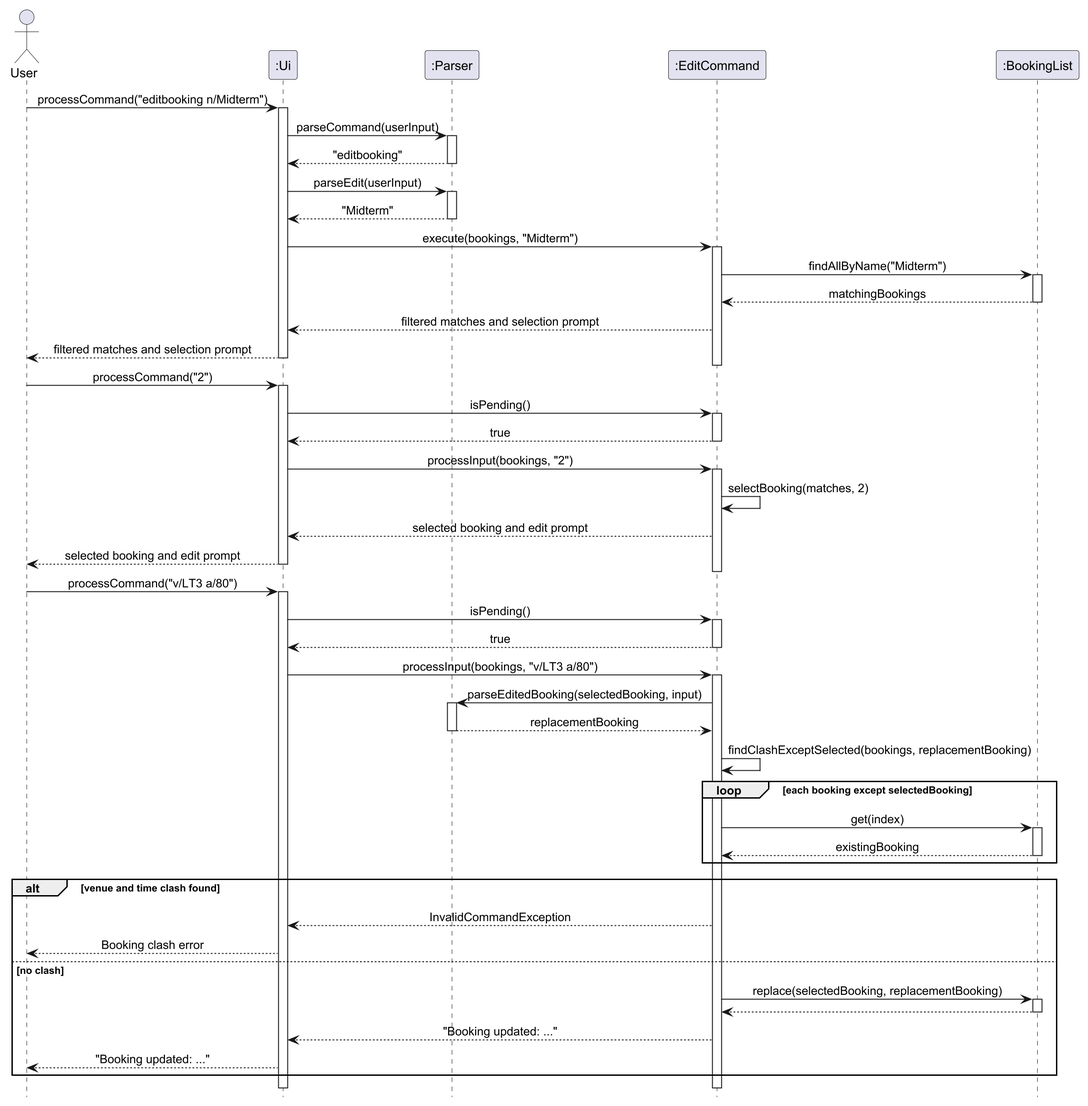
This is docs/UMLDiagrams/EditBookingSequenceDiagram.png from AY2627S1-CS2113-W14-2/tp, a PlantUML export, as it was before one commit.
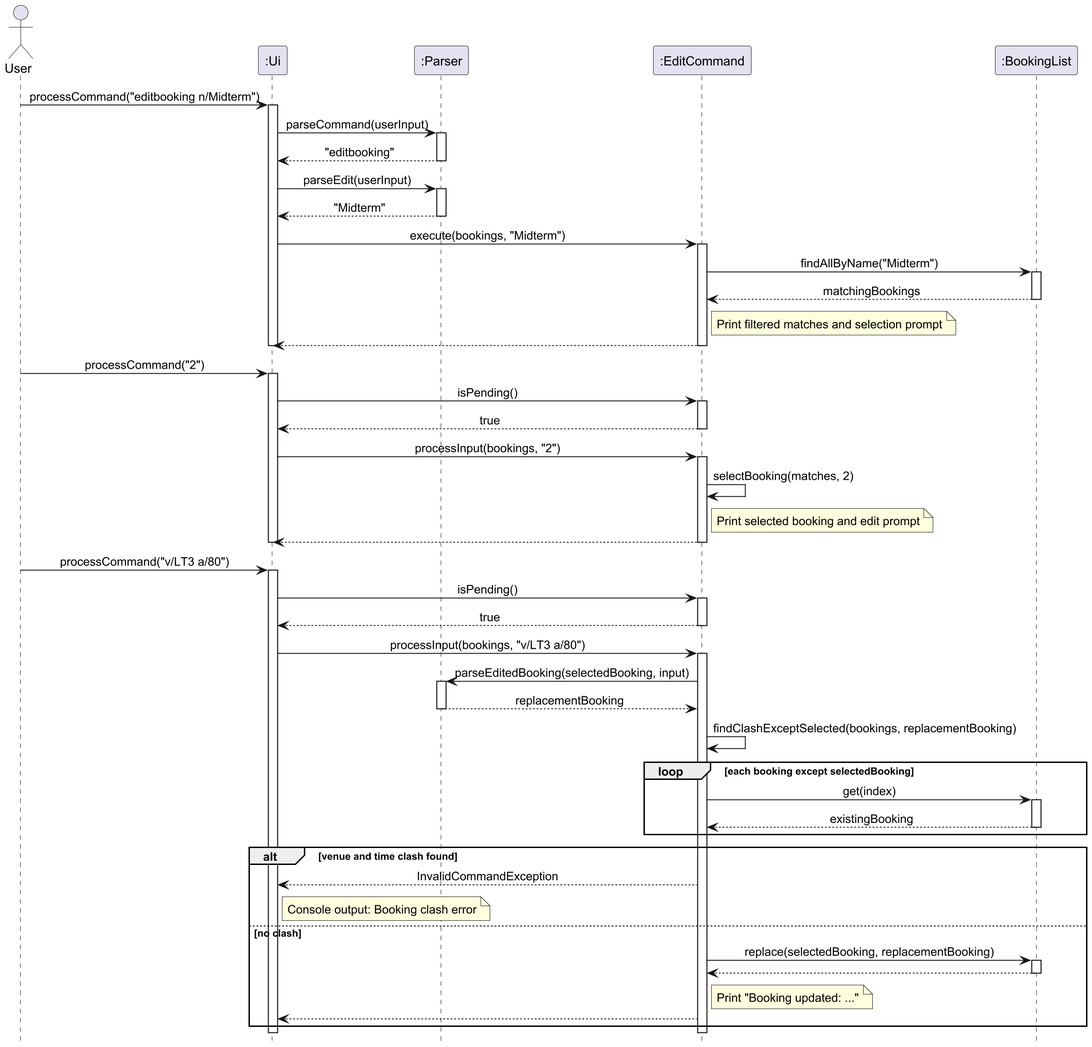
After the change.

What changed in the source:
```diff
@@ -27,8 +27,8 @@
 activate Bookings
 Bookings --> Edit: matchingBookings
 deactivate Bookings
-Edit --> UI: filtered matches and selection prompt
-UI --> User: filtered matches and selection prompt
+note right of Edit: Print filtered matches and selection prompt
+Edit --> UI
 deactivate Edit
 deactivate UI
 
@@ -41,8 +41,8 @@
 UI -> Edit: processInput(bookings, "2")
 activate Edit
 Edit -> Edit: selectBooking(matches, 2)
-Edit --> UI: selected booking and edit prompt
-UI --> User: selected booking and edit prompt
+note right of Edit: Print selected booking and edit prompt
+Edit --> UI
 deactivate Edit
 deactivate UI
 
@@ -70,14 +70,14 @@
 
 alt venue and time clash found
     Edit --> UI: InvalidCommandException
-    UI --> User: Booking clash error
+    note right of UI: Console output: Booking clash error
 else no clash
     Edit -> Bookings: replace(selectedBooking, replacementBooking)
     activate Bookings
     Bookings --> Edit
     deactivate Bookings
-    Edit --> UI: "Booking updated: ..."
-    UI --> User: "Booking updated: ..."
+    note right of Edit: Print "Booking updated: ..."
+    Edit --> UI
 end
 
 deactivate Edit
```
